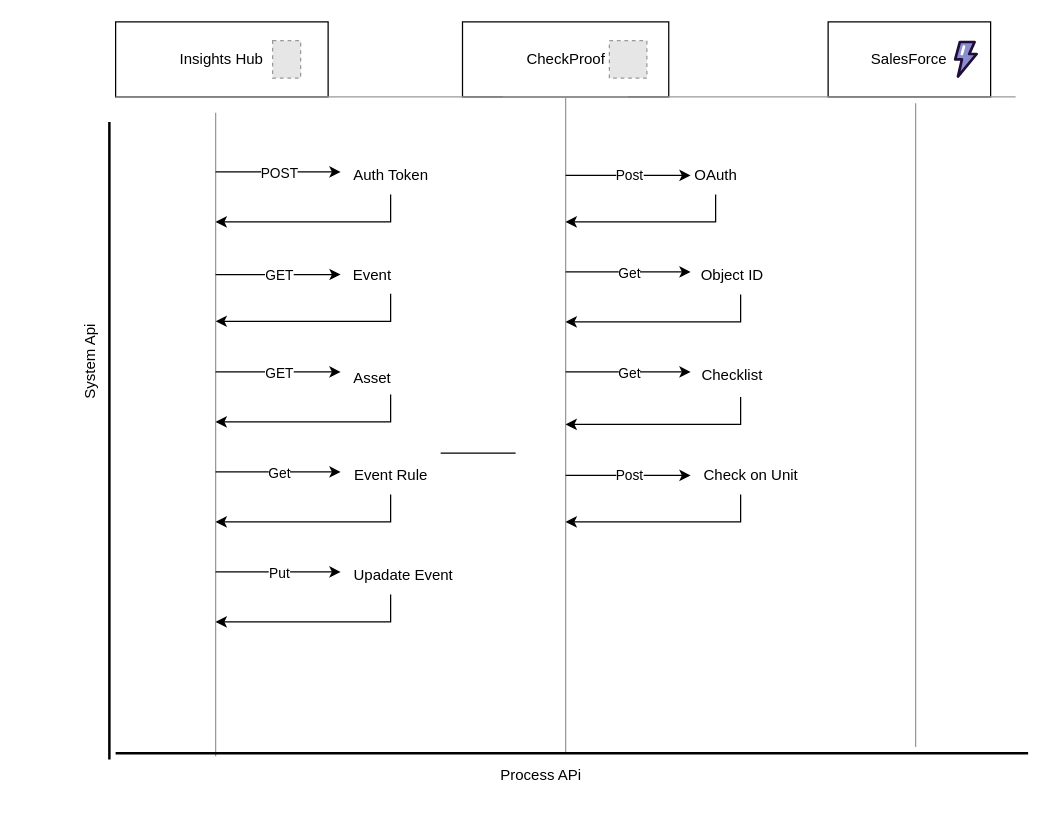
Before: LLD.drawio in karthick-ridgeback/test, a draw.io diagram. Source tidied: cells renumbered, new cells numbered last; positions are measured from the earlier drawing's top-left corner, leaving out a move shared by most shapes. Both pictures are drawn from the tidied source at 125%, with x=0, y=0 at pixel (-210, 21). Pictures stored in the file or linked from it are replaced by grey dashed boxes.
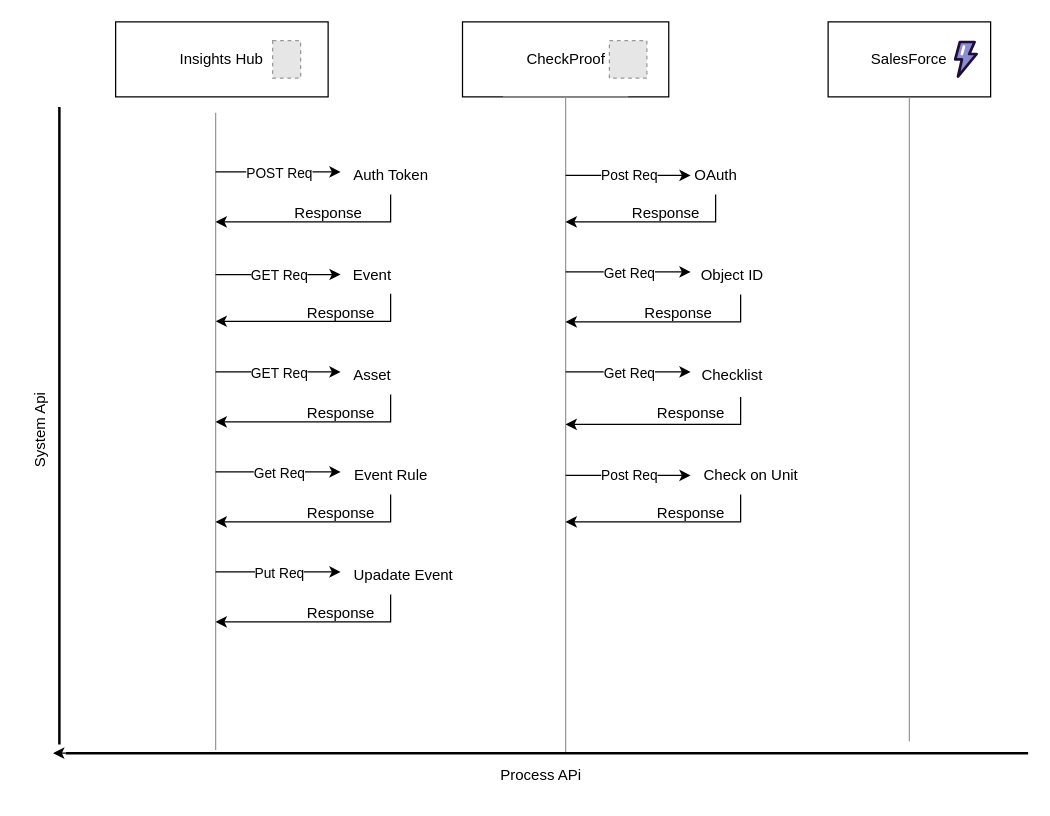
The same diagram, later.

Unchanged cells that the change refers to:
```xml
<mxCell id="9" style="endArrow=classic;html=1;rounded=0;" parent="1" edge="1">
  <mxGeometry relative="1" as="geometry">
    <mxPoint x="340" y="120" as="sourcePoint" />
    <mxPoint x="440" y="120" as="targetPoint" />
  </mxGeometry>
</mxCell>
<mxCell id="13" style="endArrow=classic;html=1;rounded=0;" parent="1" edge="1">
  <mxGeometry relative="1" as="geometry">
    <mxPoint x="340" y="202.1" as="sourcePoint" />
    <mxPoint x="440" y="202.1" as="targetPoint" />
  </mxGeometry>
</mxCell>
<mxCell id="16" style="endArrow=classic;html=1;rounded=0;" parent="1" edge="1">
  <mxGeometry relative="1" as="geometry">
    <mxPoint x="340" y="280" as="sourcePoint" />
    <mxPoint x="440" y="280" as="targetPoint" />
  </mxGeometry>
</mxCell>
<mxCell id="19" style="endArrow=classic;html=1;rounded=0;" parent="1" edge="1">
  <mxGeometry relative="1" as="geometry">
    <mxPoint x="340" y="360" as="sourcePoint" />
    <mxPoint x="440" y="360" as="targetPoint" />
    <Array as="points">
      <mxPoint x="410" y="360" />
    </Array>
  </mxGeometry>
</mxCell>
<mxCell id="22" style="endArrow=classic;html=1;rounded=0;" parent="1" edge="1">
  <mxGeometry relative="1" as="geometry">
    <mxPoint x="340" y="440" as="sourcePoint" />
    <mxPoint x="440" y="440" as="targetPoint" />
  </mxGeometry>
</mxCell>
<mxCell id="25" style="endArrow=classic;html=1;rounded=0;" parent="1" edge="1">
  <mxGeometry relative="1" as="geometry">
    <mxPoint x="620" y="122.8" as="sourcePoint" />
    <mxPoint x="720" y="122.8" as="targetPoint" />
  </mxGeometry>
</mxCell>
<mxCell id="28" style="endArrow=classic;html=1;rounded=0;" parent="1" edge="1">
  <mxGeometry relative="1" as="geometry">
    <mxPoint x="620" y="200" as="sourcePoint" />
    <mxPoint x="720" y="200" as="targetPoint" />
    <Array as="points">
      <mxPoint x="670" y="200" />
    </Array>
  </mxGeometry>
</mxCell>
<mxCell id="31" style="endArrow=classic;html=1;rounded=0;" parent="1" edge="1">
  <mxGeometry relative="1" as="geometry">
    <mxPoint x="620" y="280" as="sourcePoint" />
    <mxPoint x="720" y="280" as="targetPoint" />
  </mxGeometry>
</mxCell>
<mxCell id="49" style="endArrow=classic;html=1;rounded=0;" parent="1" edge="1">
  <mxGeometry relative="1" as="geometry">
    <mxPoint x="620" y="362.8" as="sourcePoint" />
    <mxPoint x="720" y="362.8" as="targetPoint" />
  </mxGeometry>
</mxCell>
```

What changed in the source:
```diff
@@
-    <mxCell id="6" style="verticalLabelPosition=bottom;shadow=0;dashed=0;align=center;html=1;verticalAlign=top;strokeWidth=1;shape=mxgraph.mockup.markup.line;strokeColor=#999999;" parent="1" vertex="1">
-      <mxGeometry x="260" y="50" width="720" height="20" as="geometry" />
-    </mxCell>
     <mxCell id="7" style="verticalLabelPosition=bottom;shadow=0;dashed=0;align=center;html=1;verticalAlign=top;strokeWidth=1;shape=mxgraph.mockup.markup.line;strokeColor=#999999;rotation=90;" parent="1" vertex="1">
-      <mxGeometry x="82.6" y="320" width="514.8" height="20" as="geometry" />
+      <mxGeometry x="85.1" y="317.5" width="509.8" height="20" as="geometry" />
     </mxCell>
@@
-    <mxCell id="10" value="POST" style="edgeLabel;html=1;align=center;verticalAlign=middle;" parent="9" vertex="1">
+    <mxCell id="10" value="POST Req" style="edgeLabel;html=1;align=center;verticalAlign=middle;" parent="9" vertex="1">
       <mxGeometry relative="1" as="geometry" />
     </mxCell>
@@
-    <mxCell id="14" value="GET" style="edgeLabel;html=1;align=center;verticalAlign=middle;" parent="13" vertex="1">
+    <mxCell id="14" value="GET Req" style="edgeLabel;html=1;align=center;verticalAlign=middle;" parent="13" vertex="1">
       <mxGeometry relative="1" as="geometry" />
     </mxCell>
@@
-    <mxCell id="17" value="GET" style="edgeLabel;html=1;align=center;verticalAlign=middle;" parent="16" vertex="1">
+    <mxCell id="17" value="GET Req" style="edgeLabel;html=1;align=center;verticalAlign=middle;" parent="16" vertex="1">
       <mxGeometry relative="1" as="geometry" />
     </mxCell>
     <mxCell id="18" value="Asset" style="text;html=1;align=center;verticalAlign=middle;strokeColor=none;fillColor=none;" parent="1" vertex="1">
-      <mxGeometry x="440" y="270" width="50" height="30" as="geometry" />
+      <mxGeometry x="440" y="268" width="50" height="30" as="geometry" />
     </mxCell>
@@
-    <mxCell id="20" value="Get" style="edgeLabel;html=1;align=center;verticalAlign=middle;" parent="19" vertex="1">
+    <mxCell id="20" value="Get Req" style="edgeLabel;html=1;align=center;verticalAlign=middle;" parent="19" vertex="1">
       <mxGeometry relative="1" as="geometry" />
     </mxCell>
@@
-    <mxCell id="23" value="Put" style="edgeLabel;html=1;align=center;verticalAlign=middle;" parent="22" vertex="1">
+    <mxCell id="23" value="Put Req" style="edgeLabel;html=1;align=center;verticalAlign=middle;" parent="22" vertex="1">
       <mxGeometry relative="1" as="geometry" />
     </mxCell>
@@
-    <mxCell id="26" value="Post" style="edgeLabel;html=1;align=center;verticalAlign=middle;" parent="25" vertex="1">
+    <mxCell id="26" value="Post Req" style="edgeLabel;html=1;align=center;verticalAlign=middle;" parent="25" vertex="1">
       <mxGeometry relative="1" as="geometry" />
     </mxCell>
@@
-    <mxCell id="29" value="Get" style="edgeLabel;html=1;align=center;verticalAlign=middle;" parent="28" vertex="1">
+    <mxCell id="29" value="Get Req" style="edgeLabel;html=1;align=center;verticalAlign=middle;" parent="28" vertex="1">
       <mxGeometry relative="1" as="geometry" />
     </mxCell>
@@
-    <mxCell id="32" value="Get" style="edgeLabel;html=1;align=center;verticalAlign=middle;" parent="31" vertex="1">
+    <mxCell id="32" value="Get Req" style="edgeLabel;html=1;align=center;verticalAlign=middle;" parent="31" vertex="1">
       <mxGeometry relative="1" as="geometry" />
     </mxCell>
@@
     <mxCell id="38" value="System Api" style="text;html=1;align=center;verticalAlign=middle;strokeColor=none;fillColor=none;rotation=-90;" parent="1" vertex="1">
-      <mxGeometry x="200" y="257.4" width="80" height="30" as="geometry" />
+      <mxGeometry x="160" y="312.2" width="80" height="30" as="geometry" />
     </mxCell>
@@
+    <mxCell id="54" style="edgeStyle=orthogonalEdgeStyle;rounded=0;jettySize=auto;html=1;exitX=0;exitY=0.5;exitDx=0;exitDy=0;exitPerimeter=0;" parent="1" edge="1" source="40">
+      <mxGeometry relative="1" as="geometry">
+        <mxPoint x="210" y="584.4" as="targetPoint" />
+      </mxGeometry>
+    </mxCell>
     <mxCell id="40" style="line;strokeWidth=2;html=1;" parent="1" vertex="1">
-      <mxGeometry x="260" y="580" width="730" height="10" as="geometry" />
+      <mxGeometry x="220" y="580" width="770" height="10" as="geometry" />
     </mxCell>
@@
-    <mxCell id="50" value="Post" style="edgeLabel;html=1;align=center;verticalAlign=middle;" parent="49" vertex="1">
+    <mxCell id="50" value="Post Req" style="edgeLabel;html=1;align=center;verticalAlign=middle;" parent="49" vertex="1">
       <mxGeometry relative="1" as="geometry" />
     </mxCell>
-    <mxCell id="51" style="line;strokeWidth=1;dashed=0;labelPosition=right;align=left;verticalAlign=middle;spacingTop=0;spacingLeft=6;" parent="1" vertex="1">
-      <mxGeometry x="520" y="340" width="60" height="10" as="geometry" />
-    </mxCell>
     <mxCell id="52" style="line;strokeWidth=2;html=1;rotation=90;" parent="1" vertex="1">
-      <mxGeometry y="330" width="510" height="10" as="geometry" />
+      <mxGeometry x="-40" y="318" width="510" height="10" as="geometry" />
     </mxCell>
     <mxCell id="53" style="verticalLabelPosition=bottom;shadow=0;dashed=0;align=center;html=1;verticalAlign=top;strokeWidth=1;shape=mxgraph.mockup.markup.line;strokeColor=#999999;rotation=90;" parent="1" vertex="1">
-      <mxGeometry x="642.5" y="312.5" width="515" height="20" as="geometry" />
+      <mxGeometry x="637.5" y="308" width="515" height="20" as="geometry" />
     </mxCell>
+    <mxCell id="55" value="Response" style="text;html=1;align=center;verticalAlign=middle;strokeColor=none;fillColor=none;" parent="1" vertex="1">
+      <mxGeometry x="390" y="138" width="80" height="30" as="geometry" />
+    </mxCell>
+    <mxCell id="56" value="Response" style="text;html=1;align=center;verticalAlign=middle;strokeColor=none;fillColor=none;" parent="1" vertex="1">
+      <mxGeometry x="400" y="217.5" width="80" height="30" as="geometry" />
+    </mxCell>
+    <mxCell id="57" value="Response" style="text;html=1;align=center;verticalAlign=middle;strokeColor=none;fillColor=none;" parent="1" vertex="1">
+      <mxGeometry x="400" y="298" width="80" height="30" as="geometry" />
+    </mxCell>
+    <mxCell id="58" value="Response" style="text;html=1;align=center;verticalAlign=middle;strokeColor=none;fillColor=none;" parent="1" vertex="1">
+      <mxGeometry x="400" y="378" width="80" height="30" as="geometry" />
+    </mxCell>
+    <mxCell id="59" value="Response" style="text;html=1;align=center;verticalAlign=middle;strokeColor=none;fillColor=none;" parent="1" vertex="1">
+      <mxGeometry x="400" y="458" width="80" height="30" as="geometry" />
+    </mxCell>
+    <mxCell id="60" value="Response" style="text;html=1;align=center;verticalAlign=middle;strokeColor=none;fillColor=none;" parent="1" vertex="1">
+      <mxGeometry x="660" y="138" width="80" height="30" as="geometry" />
+    </mxCell>
+    <mxCell id="61" value="Response" style="text;html=1;align=center;verticalAlign=middle;strokeColor=none;fillColor=none;" parent="1" vertex="1">
+      <mxGeometry x="670" y="217.5" width="80" height="30" as="geometry" />
+    </mxCell>
+    <mxCell id="62" value="Response" style="text;html=1;align=center;verticalAlign=middle;strokeColor=none;fillColor=none;" parent="1" vertex="1">
+      <mxGeometry x="680" y="298" width="80" height="30" as="geometry" />
+    </mxCell>
+    <mxCell id="63" value="Response" style="text;html=1;align=center;verticalAlign=middle;strokeColor=none;fillColor=none;" parent="1" vertex="1">
+      <mxGeometry x="680" y="378" width="80" height="30" as="geometry" />
+    </mxCell>
```
